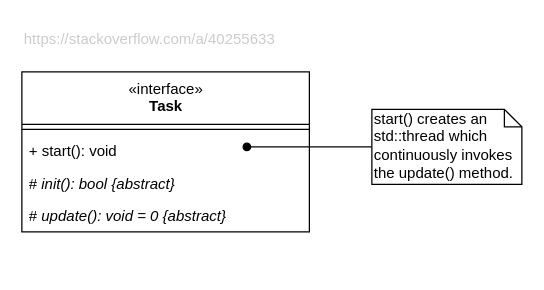
This is diagrams/task.drawio from LasseGoransson/ESD-E2020, a draw.io file, before an edit. Source tidied: cells renumbered, new cells numbered last; positions are measured from the earlier drawing's top-left corner, leaving out a move shared by most shapes. Both pictures are drawn from the tidied source at 125%, with x=0, y=0 at pixel (21, 21).
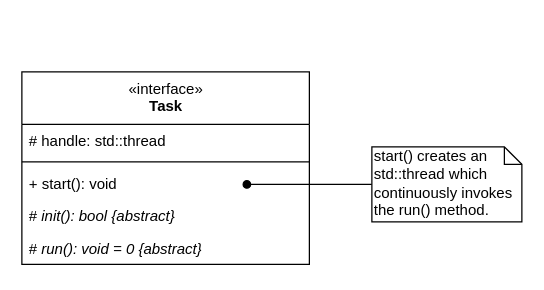
After the change.

Change to the diagram source:
```diff
@@
 <mxGraphModel>
   <root>
     <mxCell id="0" />
     <mxCell id="1" parent="0" />
     <mxCell id="2" style="edgeStyle=orthogonalEdgeStyle;rounded=0;jettySize=auto;html=1;endArrow=oval;endFill=1;" parent="1" edge="1" source="3">
       <mxGeometry relative="1" as="geometry">
-        <mxPoint x="180" y="100" as="targetPoint" />
+        <mxPoint x="180" y="130" as="targetPoint" />
       </mxGeometry>
     </mxCell>
-    <mxCell id="3" value="start() creates an std::thread which continuously invokes the update() method." style="shape=note;whiteSpace=wrap;html=1;size=14;verticalAlign=top;align=left;spacingTop=-6;" parent="1" vertex="1">
-      <mxGeometry x="280" y="70" width="120" height="60" as="geometry" />
+    <mxCell id="3" value="start() creates an std::thread which continuously invokes the run() method." style="shape=note;whiteSpace=wrap;html=1;size=14;verticalAlign=top;align=left;spacingTop=-6;" parent="1" vertex="1">
+      <mxGeometry x="280" y="100" width="120" height="60" as="geometry" />
     </mxCell>
-    <mxCell id="4" value="https://stackoverflow.com/a/40255633" style="text;whiteSpace=wrap;html=1;fontColor=#CCCCCC;" parent="1" vertex="1">
-      <mxGeometry width="230" height="30" as="geometry" />
-    </mxCell>
     <mxCell id="5" value="&lt;span style=&quot;font-weight: normal&quot;&gt;«interface»&lt;br&gt;&lt;/span&gt;Task" style="swimlane;fontStyle=1;align=center;verticalAlign=top;horizontal=1;startSize=42;html=1;" parent="1" vertex="1">
-      <mxGeometry y="40" width="230" height="128" as="geometry" />
+      <mxGeometry y="40" width="230" height="154" as="geometry" />
     </mxCell>
+    <mxCell id="10" value="# handle: std::thread" style="text;strokeColor=none;fillColor=none;align=left;verticalAlign=top;spacingLeft=4;spacingRight=4;overflow=hidden;" parent="5" vertex="1">
+      <mxGeometry y="42" width="230" height="26" as="geometry" />
+    </mxCell>
     <mxCell id="6" style="line;strokeWidth=1;fillColor=none;align=left;verticalAlign=middle;spacingTop=-1;spacingLeft=3;spacingRight=3;labelPosition=right;" parent="5" vertex="1">
-      <mxGeometry y="42" width="230" height="8" as="geometry" />
+      <mxGeometry y="68" width="230" height="8" as="geometry" />
     </mxCell>
     <mxCell id="7" value="+ start(): void" style="text;strokeColor=none;fillColor=none;align=left;verticalAlign=top;spacingLeft=4;spacingRight=4;overflow=hidden;" parent="5" vertex="1">
-      <mxGeometry y="50" width="230" height="26" as="geometry" />
+      <mxGeometry y="76" width="230" height="26" as="geometry" />
     </mxCell>
     <mxCell id="8" value="&lt;span style=&quot;font-style: normal&quot;&gt;#&lt;/span&gt; init(): bool {abstract}" style="text;strokeColor=none;fillColor=none;align=left;verticalAlign=top;spacingLeft=4;spacingRight=4;overflow=hidden;fontStyle=2;html=1;" parent="5" vertex="1">
-      <mxGeometry y="76" width="230" height="26" as="geometry" />
+      <mxGeometry y="102" width="230" height="26" as="geometry" />
     </mxCell>
-    <mxCell id="9" value="&lt;span style=&quot;font-style: normal&quot;&gt;#&lt;/span&gt; update(): void = 0 {abstract}" style="text;strokeColor=none;fillColor=none;align=left;verticalAlign=top;spacingLeft=4;spacingRight=4;overflow=hidden;fontStyle=2;html=1;" parent="5" vertex="1">
-      <mxGeometry y="102" width="230" height="26" as="geometry" />
+    <mxCell id="9" value="&lt;span style=&quot;font-style: normal&quot;&gt;#&lt;/span&gt; run(): void = 0 {abstract}" style="text;strokeColor=none;fillColor=none;align=left;verticalAlign=top;spacingLeft=4;spacingRight=4;overflow=hidden;fontStyle=2;html=1;" parent="5" vertex="1">
+      <mxGeometry y="128" width="230" height="26" as="geometry" />
     </mxCell>
   </root>
 </mxGraphModel>
```
